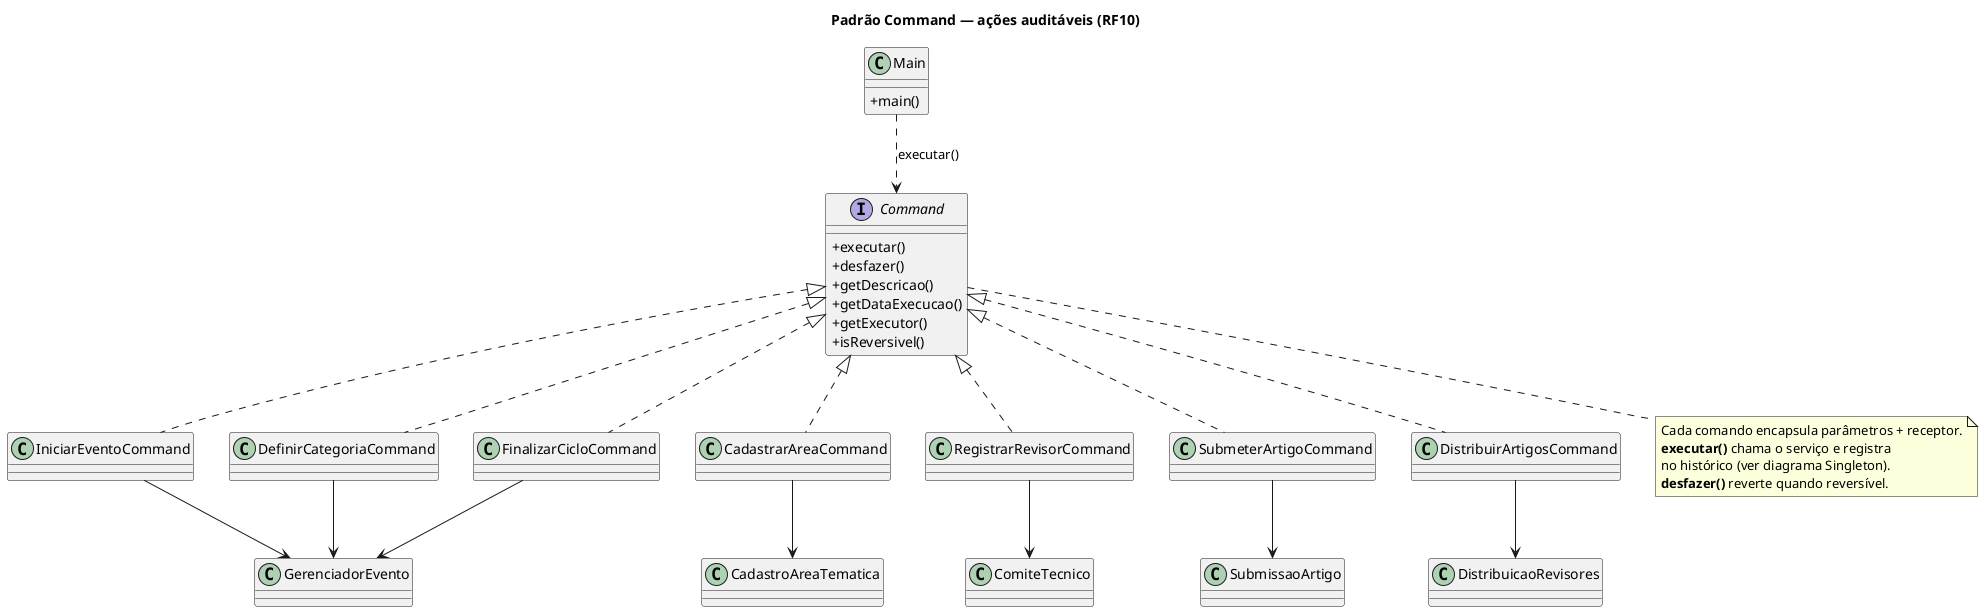
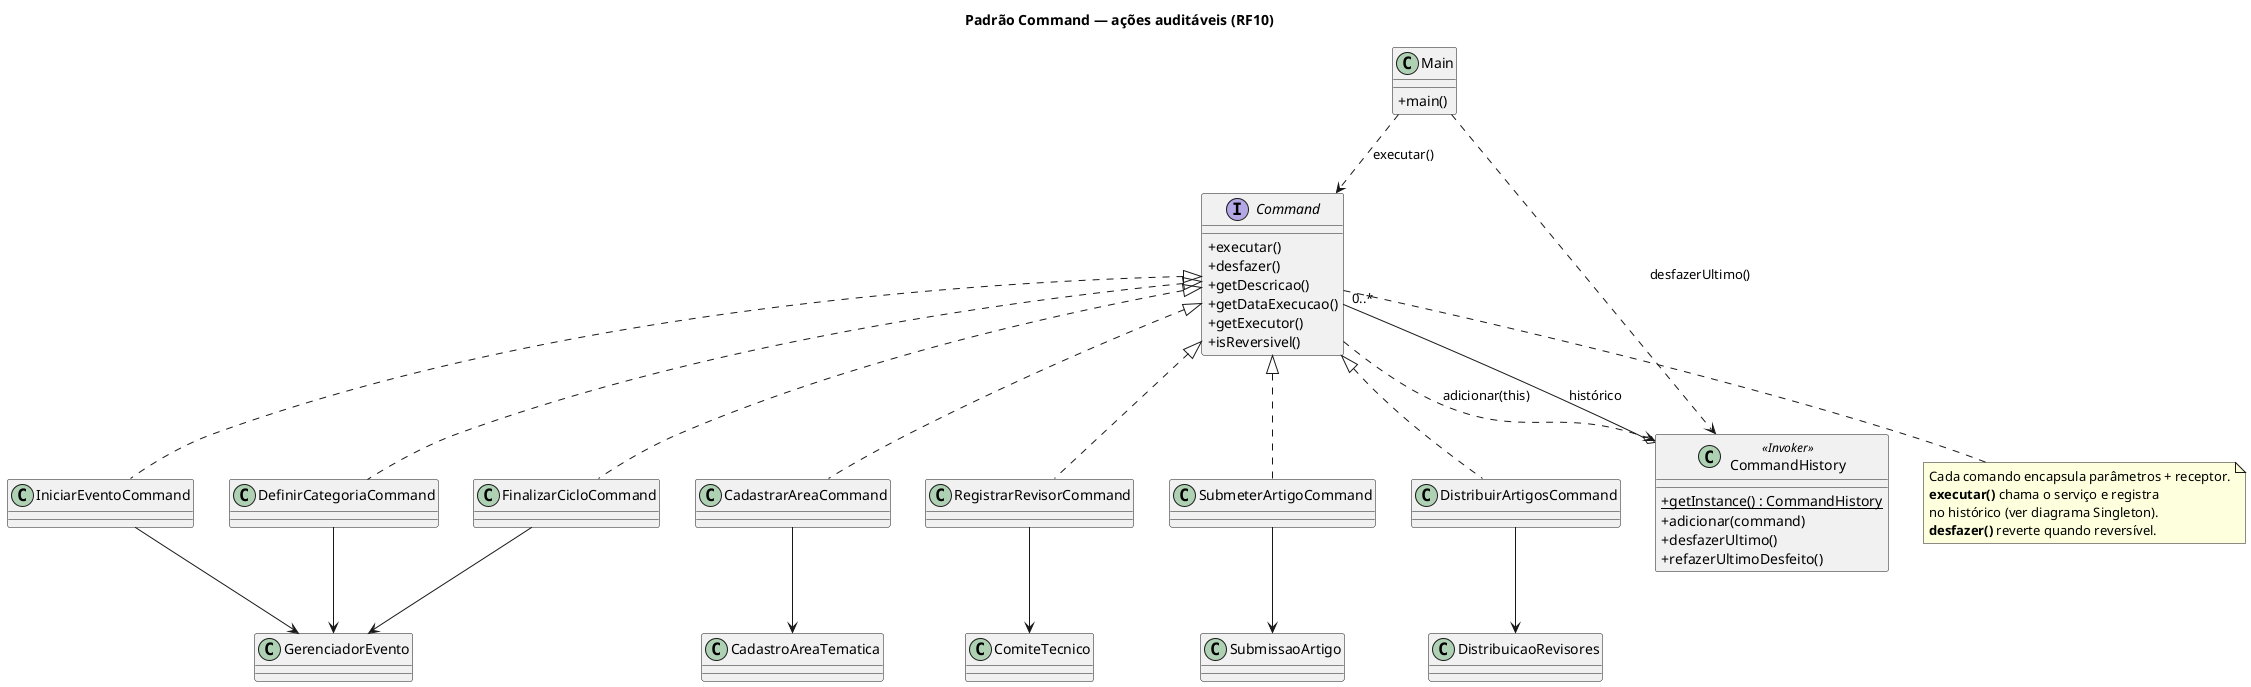
@startuml padrao-command
' Padrão Command — RF10
' Encapsula ações do coordenador com undo e auditoria

title Padrão Command — ações auditáveis (RF10)

skinparam classAttributeIconSize 0
skinparam shadowing false

interface Command {
  + executar()
  + desfazer()
  + getDescricao()
  + getDataExecucao()
  + getExecutor()
  + isReversivel()
}

class IniciarEventoCommand
class DefinirCategoriaCommand
class CadastrarAreaCommand
class RegistrarRevisorCommand
class SubmeterArtigoCommand
class DistribuirArtigosCommand
class FinalizarCicloCommand

class GerenciadorEvento
class SubmissaoArtigo
class CadastroAreaTematica
class ComiteTecnico
class DistribuicaoRevisores

+ class CommandHistory <<Invoker>> {
+   + {static} getInstance() : CommandHistory
+   + adicionar(command)
+   + desfazerUltimo()
+   + refazerUltimoDesfeito()
+ }
+ 
class Main {
  + main()
}

Command <|.. IniciarEventoCommand
Command <|.. DefinirCategoriaCommand
Command <|.. CadastrarAreaCommand
Command <|.. RegistrarRevisorCommand
Command <|.. SubmeterArtigoCommand
Command <|.. DistribuirArtigosCommand
Command <|.. FinalizarCicloCommand

IniciarEventoCommand --> GerenciadorEvento
DefinirCategoriaCommand --> GerenciadorEvento
CadastrarAreaCommand --> CadastroAreaTematica
RegistrarRevisorCommand --> ComiteTecnico
SubmeterArtigoCommand --> SubmissaoArtigo
DistribuirArtigosCommand --> DistribuicaoRevisores
FinalizarCicloCommand --> GerenciadorEvento

Main ..> Command : executar()

+ CommandHistory o-- "0..*" Command : histórico
+ Command ..> CommandHistory : adicionar(this)
+ Main ..> CommandHistory : desfazerUltimo()
+ 
note bottom of Command
  Cada comando encapsula parâmetros + receptor.
  **executar()** chama o serviço e registra
  no histórico (ver diagrama Singleton).
  **desfazer()** reverte quando reversível.
end note

@enduml
